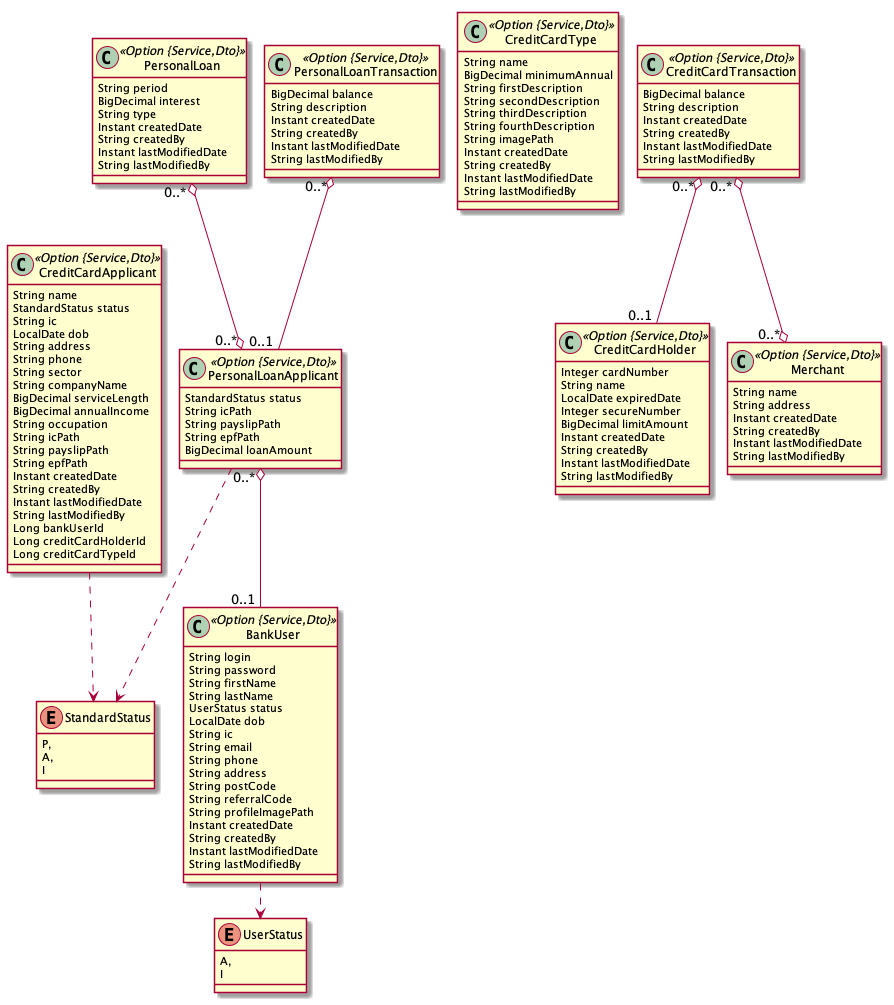
Earlier version of the PlantUML export credit-card.png (liyi98/bank-system).
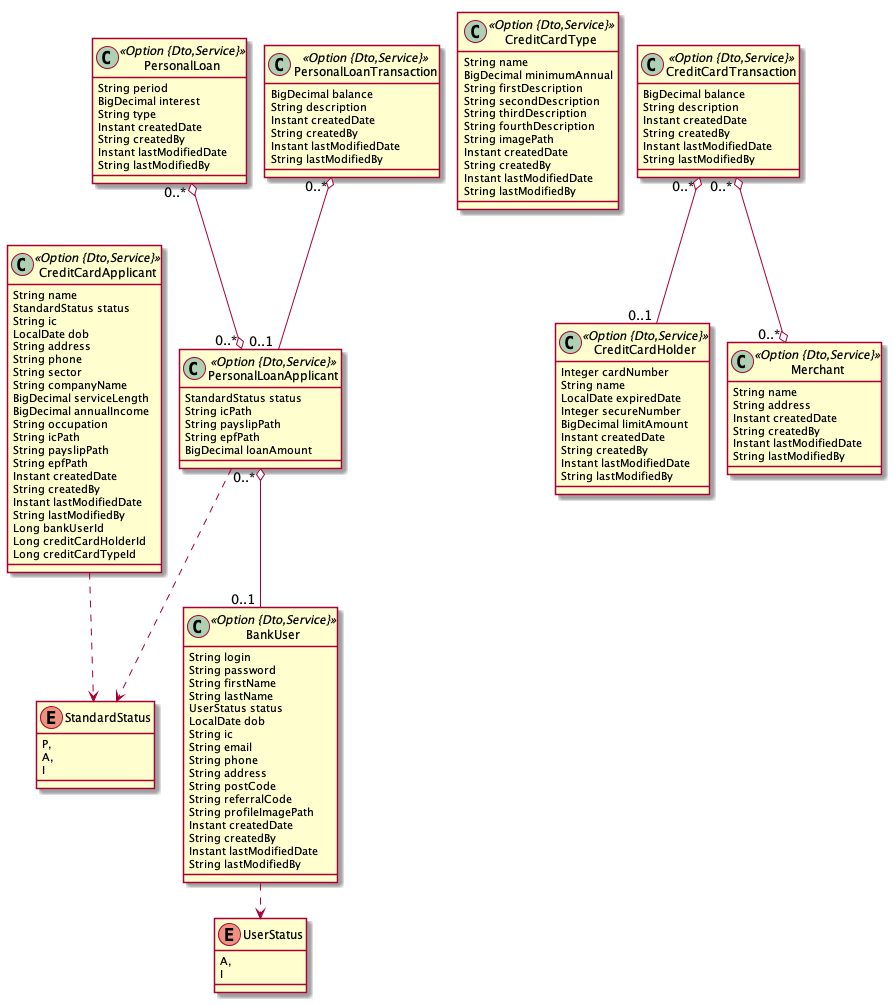
After the change.

Diff of the diagram source:
```diff
@@ -10,7 +10,7 @@
 		A,
 		I
 	}
-	class BankUser <<Option {Service,Dto}>> {
+	class BankUser <<Option {Dto,Service}>> {
 		String login
 		String password
 		String firstName
@@ -30,7 +30,7 @@
 		String lastModifiedBy
 	}
 	BankUser ..> UserStatus
-	class CreditCardType <<Option {Service,Dto}>> {
+	class CreditCardType <<Option {Dto,Service}>> {
 		String name
 		BigDecimal minimumAnnual
 		String firstDescription
@@ -43,7 +43,7 @@
 		Instant lastModifiedDate
 		String lastModifiedBy
 	}
-	class CreditCardApplicant <<Option {Service,Dto}>> {
+	class CreditCardApplicant <<Option {Dto,Service}>> {
 		String name
 		StandardStatus status
 		String ic
@@ -67,7 +67,7 @@
 		Long creditCardTypeId
 	}
 	CreditCardApplicant ..> StandardStatus
-	class CreditCardHolder <<Option {Service,Dto}>> {
+	class CreditCardHolder <<Option {Dto,Service}>> {
 		Integer cardNumber
 		String name
 		LocalDate expiredDate
@@ -78,7 +78,7 @@
 		Instant lastModifiedDate
 		String lastModifiedBy
 	}
-	class CreditCardTransaction <<Option {Service,Dto}>> {
+	class CreditCardTransaction <<Option {Dto,Service}>> {
 		BigDecimal balance
 		String description
 		Instant createdDate
@@ -86,7 +86,7 @@
 		Instant lastModifiedDate
 		String lastModifiedBy
 	}
-	class Merchant <<Option {Service,Dto}>> {
+	class Merchant <<Option {Dto,Service}>> {
 		String name
 		String address
 		Instant createdDate
@@ -94,7 +94,7 @@
 		Instant lastModifiedDate
 		String lastModifiedBy
 	}
-	class PersonalLoan <<Option {Service,Dto}>> {
+	class PersonalLoan <<Option {Dto,Service}>> {
 		String period
 		BigDecimal interest
 		String type
@@ -103,7 +103,7 @@
 		Instant lastModifiedDate
 		String lastModifiedBy
 	}
-	class PersonalLoanApplicant <<Option {Service,Dto}>> {
+	class PersonalLoanApplicant <<Option {Dto,Service}>> {
 		StandardStatus status
 		String icPath
 		String payslipPath
@@ -111,7 +111,7 @@
 		BigDecimal loanAmount
 	}
 	PersonalLoanApplicant ..> StandardStatus
-	class PersonalLoanTransaction <<Option {Service,Dto}>> {
+	class PersonalLoanTransaction <<Option {Dto,Service}>> {
 		BigDecimal balance
 		String description
 		Instant createdDate
```
